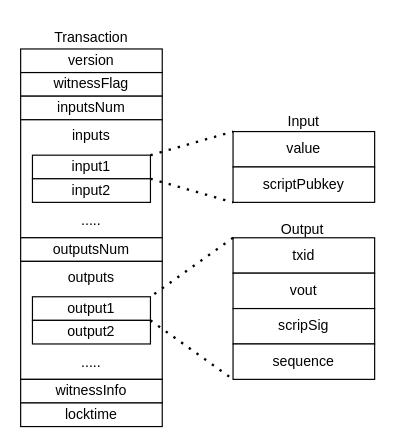
This is images/tx_form.drawio from MatanHamilis/sighash_post, a draw.io file, before an edit. Source tidied: cells renumbered, new cells numbered last; positions are measured from the earlier drawing's top-left corner, leaving out a move shared by most shapes. Both pictures are drawn from the tidied source at 118%, with x=0, y=0 at pixel (20, 20).
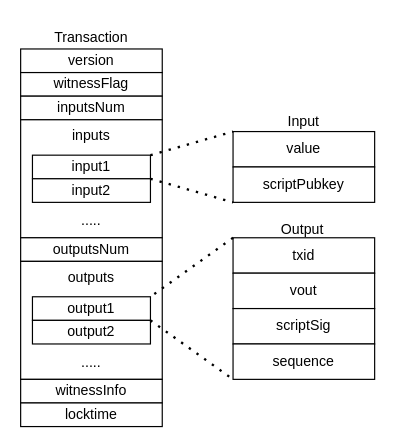
The same diagram, later.

What changed in the source:
```diff
@@
-    <mxCell id="20" value="scripSig" style="rounded=0;whiteSpace=wrap;html=1;" parent="1" vertex="1">
+    <mxCell id="20" value="scriptSig" style="rounded=0;whiteSpace=wrap;html=1;" parent="1" vertex="1">
       <mxGeometry x="180" y="244" width="120" height="30" as="geometry" />
     </mxCell>
```
